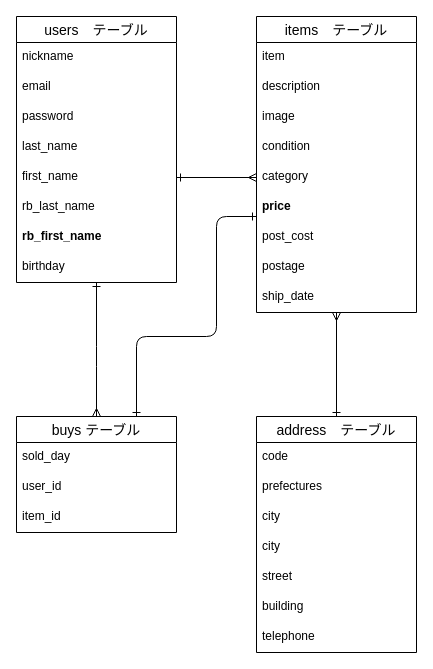
The draw.io diagram deta.dio in lemon78787878/furima-41002, before the edit. Source tidied: cells renumbered, new cells numbered last; positions are measured from the earlier drawing's top-left corner, leaving out a move shared by most shapes. Both pictures are drawn from the tidied source at 100%, with x=0, y=0 at pixel (16, 16).
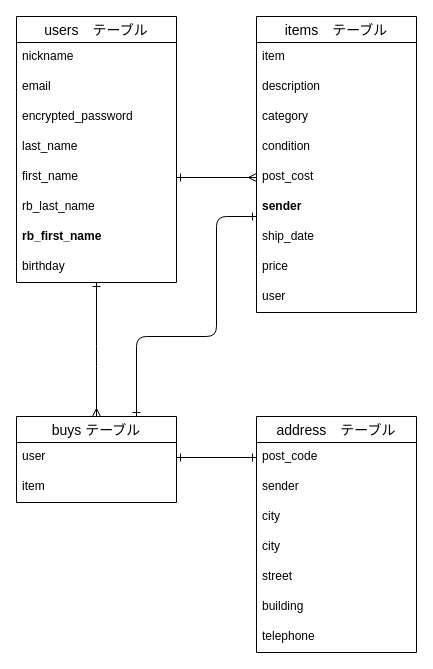
After the change.

Commit message (it also covers changes not shown here):
データベース設計の修正

The change refers to these unchanged cells:
```xml
<mxCell id="3" value="users　テーブル" style="swimlane;fontStyle=0;horizontal=1;startSize=26;align=center;fontSize=14;" parent="1" vertex="1">
  <mxGeometry width="160" height="266" as="geometry" />
</mxCell>
<mxCell id="13" value="items　テーブル" style="swimlane;fontStyle=0;horizontal=1;startSize=26;align=center;fontSize=14;" parent="1" vertex="1">
  <mxGeometry x="240" width="160" height="296" as="geometry" />
</mxCell>
<mxCell id="28" value="address　テーブル" style="swimlane;fontStyle=0;horizontal=1;startSize=26;align=center;fontSize=14;" parent="1" vertex="1">
  <mxGeometry x="240" y="400" width="160" height="236" as="geometry" />
</mxCell>
```

The edit, as a diff of the source:
```diff
@@
-    <mxCell id="6" value="password" style="text;strokeColor=none;fillColor=none;spacingLeft=4;spacingRight=4;overflow=hidden;fontSize=12;" parent="3" vertex="1">
+    <mxCell id="6" value="encrypted_password" style="text;strokeColor=none;fillColor=none;spacingLeft=4;spacingRight=4;overflow=hidden;fontSize=12;" parent="3" vertex="1">
       <mxGeometry y="86" width="160" height="30" as="geometry" />
     </mxCell>
@@
-    <mxCell id="12" style="edgeStyle=none;html=1;entryX=0.5;entryY=0;entryDx=0;entryDy=0;endArrow=ERone;endFill=0;startArrow=ERmany;startFill=0;" parent="1" edge="1" source="13" target="28">
-      <mxGeometry relative="1" as="geometry" />
-    </mxCell>
@@
-    <mxCell id="16" value="image" style="text;strokeColor=none;fillColor=none;spacingLeft=4;spacingRight=4;overflow=hidden;fontSize=12;" parent="13" vertex="1">
+    <mxCell id="16" value="category" style="text;strokeColor=none;fillColor=none;spacingLeft=4;spacingRight=4;overflow=hidden;fontSize=12;" parent="13" vertex="1">
       <mxGeometry y="86" width="160" height="30" as="geometry" />
     </mxCell>
@@
-    <mxCell id="18" value="category" style="text;strokeColor=none;fillColor=none;spacingLeft=4;spacingRight=4;overflow=hidden;points=[[0,0.5],[1,0.5]];portConstraint=eastwest;fontSize=12;" parent="13" vertex="1">
+    <mxCell id="18" value="post_cost" style="text;strokeColor=none;fillColor=none;spacingLeft=4;spacingRight=4;overflow=hidden;points=[[0,0.5],[1,0.5]];portConstraint=eastwest;fontSize=12;" parent="13" vertex="1">
       <mxGeometry y="146" width="160" height="30" as="geometry" />
     </mxCell>
-    <mxCell id="19" value="price" style="text;strokeColor=none;fillColor=none;spacingLeft=4;spacingRight=4;overflow=hidden;fontSize=12;fontStyle=1;" parent="13" vertex="1">
+    <mxCell id="19" value="sender" style="text;strokeColor=none;fillColor=none;spacingLeft=4;spacingRight=4;overflow=hidden;fontSize=12;fontStyle=1;" parent="13" vertex="1">
       <mxGeometry y="176" width="160" height="30" as="geometry" />
     </mxCell>
-    <mxCell id="20" value="post_cost" style="text;strokeColor=none;fillColor=none;spacingLeft=4;spacingRight=4;overflow=hidden;fontSize=12;" parent="13" vertex="1">
+    <mxCell id="20" value="ship_date" style="text;strokeColor=none;fillColor=none;spacingLeft=4;spacingRight=4;overflow=hidden;fontSize=12;" parent="13" vertex="1">
       <mxGeometry y="206" width="160" height="30" as="geometry" />
     </mxCell>
-    <mxCell id="21" value="postage" style="text;strokeColor=none;fillColor=none;spacingLeft=4;spacingRight=4;overflow=hidden;fontSize=12;" parent="13" vertex="1">
+    <mxCell id="21" value="price" style="text;strokeColor=none;fillColor=none;spacingLeft=4;spacingRight=4;overflow=hidden;fontSize=12;" parent="13" vertex="1">
       <mxGeometry y="236" width="160" height="30" as="geometry" />
     </mxCell>
-    <mxCell id="22" value="ship_date" style="text;strokeColor=none;fillColor=none;spacingLeft=4;spacingRight=4;overflow=hidden;fontSize=12;" parent="13" vertex="1">
+    <mxCell id="22" value="user" style="text;strokeColor=none;fillColor=none;spacingLeft=4;spacingRight=4;overflow=hidden;fontSize=12;" parent="13" vertex="1">
       <mxGeometry y="266" width="160" height="30" as="geometry" />
     </mxCell>
@@
     <mxCell id="24" value="buys テーブル" style="swimlane;fontStyle=0;horizontal=1;startSize=26;align=center;fontSize=14;" parent="1" vertex="1">
-      <mxGeometry y="400" width="160" height="116" as="geometry" />
+      <mxGeometry y="400" width="160" height="86" as="geometry" />
     </mxCell>
-    <mxCell id="25" value="sold_day" style="text;strokeColor=none;fillColor=none;spacingLeft=4;spacingRight=4;overflow=hidden;fontSize=12;" parent="24" vertex="1">
-      <mxGeometry y="26" width="160" height="30" as="geometry" />
-    </mxCell>
-    <mxCell id="26" value="user_id" style="text;strokeColor=none;fillColor=none;spacingLeft=4;spacingRight=4;overflow=hidden;points=[[0,0.5],[1,0.5]];portConstraint=eastwest;fontSize=12;" parent="24" vertex="1">
-      <mxGeometry y="56" width="160" height="30" as="geometry" />
+    <mxCell id="26" value="user" style="text;strokeColor=none;fillColor=none;spacingLeft=4;spacingRight=4;overflow=hidden;points=[[0,0.5],[1,0.5]];portConstraint=eastwest;fontSize=12;" parent="24" vertex="1">
+      <mxGeometry y="26" width="160" height="30" as="geometry" />
     </mxCell>
-    <mxCell id="27" value="item_id" style="text;strokeColor=none;fillColor=none;spacingLeft=4;spacingRight=4;overflow=hidden;fontSize=12;" parent="24" vertex="1">
-      <mxGeometry y="86" width="160" height="30" as="geometry" />
+    <mxCell id="27" value="item" style="text;strokeColor=none;fillColor=none;spacingLeft=4;spacingRight=4;overflow=hidden;fontSize=12;" parent="24" vertex="1">
+      <mxGeometry y="56" width="160" height="30" as="geometry" />
     </mxCell>
@@
-    <mxCell id="29" value="code" style="text;strokeColor=none;fillColor=none;spacingLeft=4;spacingRight=4;overflow=hidden;points=[[0,0.5],[1,0.5]];portConstraint=eastwest;fontSize=12;" parent="28" vertex="1">
+    <mxCell id="29" value="post_code" style="text;strokeColor=none;fillColor=none;spacingLeft=4;spacingRight=4;overflow=hidden;points=[[0,0.5],[1,0.5]];portConstraint=eastwest;fontSize=12;" parent="28" vertex="1">
       <mxGeometry y="26" width="160" height="30" as="geometry" />
     </mxCell>
-    <mxCell id="30" value="prefectures" style="text;strokeColor=none;fillColor=none;spacingLeft=4;spacingRight=4;overflow=hidden;fontSize=12;" parent="28" vertex="1">
+    <mxCell id="30" value="sender" style="text;strokeColor=none;fillColor=none;spacingLeft=4;spacingRight=4;overflow=hidden;fontSize=12;" parent="28" vertex="1">
       <mxGeometry y="56" width="160" height="30" as="geometry" />
     </mxCell>
@@
+    <mxCell id="37" style="edgeStyle=none;html=1;entryX=0;entryY=0.5;entryDx=0;entryDy=0;startArrow=ERone;startFill=0;endArrow=ERone;endFill=0;" parent="1" edge="1" source="26" target="29">
+      <mxGeometry relative="1" as="geometry" />
+    </mxCell>
```
